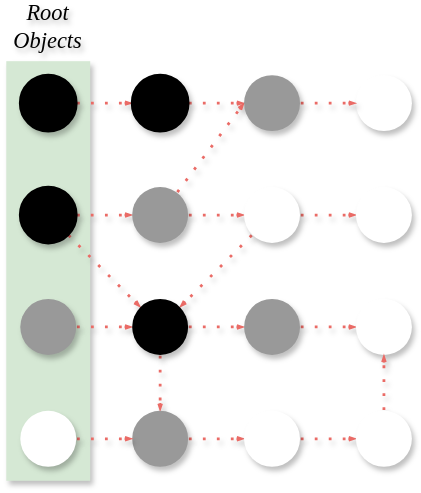
This is computer/assets/Tri-color marking algorithm.svg from Algo2147483647/engineering, a draw.io export, as it was before one commit. Source tidied: cells renumbered, new cells last; positions are measured from the earlier drawing's top-left corner, leaving out a move shared by most shapes.
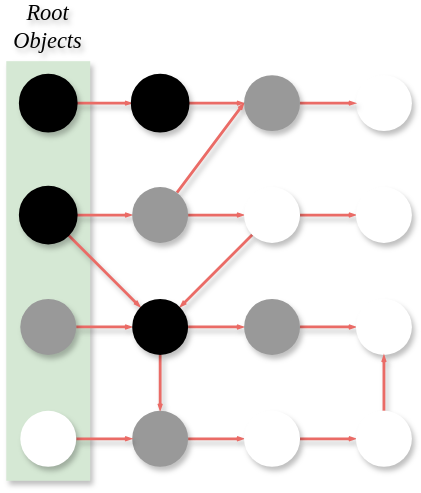
The same file after the commit.

The edit, as a diff of the source:
```diff
@@ -5,19 +5,19 @@
     <mxCell id="2" style="rounded=0;whiteSpace=wrap;html=1;fillColor=#d5e8d4;strokeColor=none;strokeWidth=3;shadow=1;glass=0;" parent="1" vertex="1">
       <mxGeometry y="40" width="60" height="300" as="geometry" />
     </mxCell>
-    <mxCell id="3" style="edgeStyle=orthogonalEdgeStyle;shape=connector;curved=0;rounded=1;jettySize=auto;html=1;strokeColor=#EA6B66;strokeWidth=2;align=center;verticalAlign=middle;fontFamily=Helvetica;fontSize=11;fontColor=default;labelBackgroundColor=default;endArrow=openThin;endFill=0;fillColor=#f8cecc;endSize=1;shadow=1;flowAnimation=1;dashed=1;dashPattern=1 4;" parent="1" edge="1" source="4" target="24">
+    <mxCell id="3" style="edgeStyle=orthogonalEdgeStyle;shape=connector;curved=0;rounded=1;jettySize=auto;html=1;strokeColor=#EA6B66;strokeWidth=2;align=center;verticalAlign=middle;fontFamily=Helvetica;fontSize=11;fontColor=default;labelBackgroundColor=default;endArrow=openThin;endFill=0;fillColor=#f8cecc;endSize=1;shadow=1;flowAnimation=0;" parent="1" edge="1" source="4" target="24">
       <mxGeometry relative="1" as="geometry" />
     </mxCell>
     <mxCell id="4" style="ellipse;whiteSpace=wrap;html=1;strokeWidth=0;strokeColor=none;fillColor=#999999;fontColor=#333333;shadow=1;gradientColor=none;" parent="1" vertex="1">
       <mxGeometry x="10" y="210" width="40" height="40" as="geometry" />
     </mxCell>
-    <mxCell id="5" style="edgeStyle=orthogonalEdgeStyle;rounded=1;jettySize=auto;html=1;curved=0;endArrow=openThin;endFill=0;strokeWidth=2;fillColor=#f8cecc;strokeColor=#EA6B66;endSize=1;shadow=1;flowAnimation=1;dashed=1;dashPattern=1 4;" parent="1" edge="1" source="6" target="12">
+    <mxCell id="5" style="edgeStyle=orthogonalEdgeStyle;rounded=1;jettySize=auto;html=1;curved=0;endArrow=openThin;endFill=0;strokeWidth=2;fillColor=#f8cecc;strokeColor=#EA6B66;endSize=1;shadow=1;flowAnimation=0;" parent="1" edge="1" source="6" target="12">
       <mxGeometry relative="1" as="geometry" />
     </mxCell>
     <mxCell id="6" style="ellipse;whiteSpace=wrap;html=1;strokeWidth=2;fillColor=#000000;shadow=1;" parent="1" vertex="1">
       <mxGeometry x="10" y="50" width="40" height="40" as="geometry" />
     </mxCell>
-    <mxCell id="7" style="edgeStyle=orthogonalEdgeStyle;shape=connector;curved=0;rounded=1;jettySize=auto;html=1;strokeColor=#EA6B66;strokeWidth=2;align=center;verticalAlign=middle;fontFamily=Helvetica;fontSize=11;fontColor=default;labelBackgroundColor=default;endArrow=openThin;endFill=0;fillColor=#f8cecc;endSize=1;shadow=1;flowAnimation=1;dashed=1;dashPattern=1 4;" parent="1" edge="1" source="9" target="15">
+    <mxCell id="7" style="edgeStyle=orthogonalEdgeStyle;shape=connector;curved=0;rounded=1;jettySize=auto;html=1;strokeColor=#EA6B66;strokeWidth=2;align=center;verticalAlign=middle;fontFamily=Helvetica;fontSize=11;fontColor=default;labelBackgroundColor=default;endArrow=openThin;endFill=0;fillColor=#f8cecc;endSize=1;shadow=1;flowAnimation=0;" parent="1" edge="1" source="9" target="15">
       <mxGeometry relative="1" as="geometry">
         <Array as="points">
           <mxPoint x="60" y="150" />
@@ -25,7 +25,7 @@
         </Array>
       </mxGeometry>
     </mxCell>
-    <mxCell id="8" style="shape=connector;rounded=1;jettySize=auto;html=1;strokeColor=#EA6B66;strokeWidth=2;align=center;verticalAlign=middle;fontFamily=Helvetica;fontSize=11;fontColor=default;labelBackgroundColor=default;endArrow=openThin;endFill=0;fillColor=#f8cecc;endSize=1;shadow=1;flowAnimation=1;dashed=1;dashPattern=1 4;" parent="1" edge="1" source="9" target="24">
+    <mxCell id="8" style="shape=connector;rounded=1;jettySize=auto;html=1;strokeColor=#EA6B66;strokeWidth=2;align=center;verticalAlign=middle;fontFamily=Helvetica;fontSize=11;fontColor=default;labelBackgroundColor=default;endArrow=openThin;endFill=0;fillColor=#f8cecc;endSize=1;shadow=1;flowAnimation=0;" parent="1" edge="1" source="9" target="24">
       <mxGeometry relative="1" as="geometry" />
     </mxCell>
     <mxCell id="9" style="ellipse;whiteSpace=wrap;html=1;strokeWidth=2;fillColor=#000000;shadow=1;" parent="1" vertex="1">
@@ -34,16 +34,16 @@
     <mxCell id="10" value="Root Objects" style="text;html=1;align=center;verticalAlign=middle;whiteSpace=wrap;rounded=0;fontFamily=Times New Roman;fontStyle=2;fontSize=16;shadow=0;textShadow=1;" parent="1" vertex="1">
       <mxGeometry width="60" height="30" as="geometry" />
     </mxCell>
-    <mxCell id="11" style="edgeStyle=orthogonalEdgeStyle;shape=connector;curved=0;rounded=1;jettySize=auto;html=1;strokeColor=#EA6B66;strokeWidth=2;align=center;verticalAlign=middle;fontFamily=Helvetica;fontSize=11;fontColor=default;labelBackgroundColor=default;endArrow=openThin;endFill=0;fillColor=#f8cecc;endSize=1;shadow=1;flowAnimation=1;dashed=1;dashPattern=1 4;" parent="1" edge="1" source="12" target="18">
+    <mxCell id="11" style="edgeStyle=orthogonalEdgeStyle;shape=connector;curved=0;rounded=1;jettySize=auto;html=1;strokeColor=#EA6B66;strokeWidth=2;align=center;verticalAlign=middle;fontFamily=Helvetica;fontSize=11;fontColor=default;labelBackgroundColor=default;endArrow=openThin;endFill=0;fillColor=#f8cecc;endSize=1;shadow=1;flowAnimation=0;" parent="1" edge="1" source="12" target="18">
       <mxGeometry relative="1" as="geometry" />
     </mxCell>
     <mxCell id="12" style="ellipse;whiteSpace=wrap;html=1;strokeWidth=2;fillColor=#000000;shadow=1;" parent="1" vertex="1">
       <mxGeometry x="90" y="50" width="40" height="40" as="geometry" />
     </mxCell>
-    <mxCell id="13" style="edgeStyle=orthogonalEdgeStyle;shape=connector;curved=0;rounded=1;jettySize=auto;html=1;strokeColor=#EA6B66;strokeWidth=2;align=center;verticalAlign=middle;fontFamily=Helvetica;fontSize=11;fontColor=default;labelBackgroundColor=default;endArrow=openThin;endFill=0;fillColor=#f8cecc;endSize=1;shadow=1;flowAnimation=1;dashed=1;dashPattern=1 4;" parent="1" edge="1" source="15" target="21">
+    <mxCell id="13" style="edgeStyle=orthogonalEdgeStyle;shape=connector;curved=0;rounded=1;jettySize=auto;html=1;strokeColor=#EA6B66;strokeWidth=2;align=center;verticalAlign=middle;fontFamily=Helvetica;fontSize=11;fontColor=default;labelBackgroundColor=default;endArrow=openThin;endFill=0;fillColor=#f8cecc;endSize=1;shadow=1;flowAnimation=0;" parent="1" edge="1" source="15" target="21">
       <mxGeometry relative="1" as="geometry" />
     </mxCell>
-    <mxCell id="14" style="shape=connector;rounded=1;jettySize=auto;html=1;strokeColor=#EA6B66;strokeWidth=2;align=center;verticalAlign=middle;fontFamily=Helvetica;fontSize=11;fontColor=default;labelBackgroundColor=default;endArrow=openThin;endFill=0;fillColor=#f8cecc;endSize=1;shadow=1;flowAnimation=1;dashed=1;dashPattern=1 4;" parent="1" edge="1" source="15">
+    <mxCell id="14" style="shape=connector;rounded=1;jettySize=auto;html=1;strokeColor=#EA6B66;strokeWidth=2;align=center;verticalAlign=middle;fontFamily=Helvetica;fontSize=11;fontColor=default;labelBackgroundColor=default;endArrow=openThin;endFill=0;fillColor=#f8cecc;endSize=1;shadow=1;flowAnimation=0;" parent="1" edge="1" source="15">
       <mxGeometry relative="1" as="geometry">
         <mxPoint x="170" y="70" as="targetPoint" />
       </mxGeometry>
@@ -54,31 +54,31 @@
     <mxCell id="16" style="ellipse;whiteSpace=wrap;html=1;strokeWidth=0;strokeColor=none;shadow=1;" parent="1" vertex="1">
       <mxGeometry x="250" y="50" width="40" height="40" as="geometry" />
     </mxCell>
-    <mxCell id="17" style="edgeStyle=orthogonalEdgeStyle;shape=connector;curved=0;rounded=1;jettySize=auto;html=1;strokeColor=#EA6B66;strokeWidth=2;align=center;verticalAlign=middle;fontFamily=Helvetica;fontSize=11;fontColor=default;labelBackgroundColor=default;endArrow=openThin;endFill=0;fillColor=#f8cecc;endSize=1;shadow=1;flowAnimation=1;dashed=1;dashPattern=1 4;startSize=6;" parent="1" edge="1" source="18" target="16">
+    <mxCell id="17" style="edgeStyle=orthogonalEdgeStyle;shape=connector;curved=0;rounded=1;jettySize=auto;html=1;strokeColor=#EA6B66;strokeWidth=2;align=center;verticalAlign=middle;fontFamily=Helvetica;fontSize=11;fontColor=default;labelBackgroundColor=default;endArrow=openThin;endFill=0;fillColor=#f8cecc;endSize=1;shadow=1;flowAnimation=0;startSize=6;" parent="1" edge="1" source="18" target="16">
       <mxGeometry relative="1" as="geometry" />
     </mxCell>
     <mxCell id="18" style="ellipse;whiteSpace=wrap;html=1;strokeWidth=0;strokeColor=none;fillColor=#999999;fontColor=#333333;shadow=1;gradientColor=none;" parent="1" vertex="1">
       <mxGeometry x="170" y="50" width="40" height="40" as="geometry" />
     </mxCell>
-    <mxCell id="19" style="shape=connector;rounded=1;jettySize=auto;html=1;strokeColor=#EA6B66;strokeWidth=2;align=center;verticalAlign=middle;fontFamily=Helvetica;fontSize=11;fontColor=default;labelBackgroundColor=default;endArrow=openThin;endFill=0;endSize=1;fillColor=#f8cecc;shadow=1;flowAnimation=1;dashed=1;dashPattern=1 4;" parent="1" edge="1" source="21" target="24">
+    <mxCell id="19" style="shape=connector;rounded=1;jettySize=auto;html=1;strokeColor=#EA6B66;strokeWidth=2;align=center;verticalAlign=middle;fontFamily=Helvetica;fontSize=11;fontColor=default;labelBackgroundColor=default;endArrow=openThin;endFill=0;endSize=1;fillColor=#f8cecc;shadow=1;flowAnimation=0;" parent="1" edge="1" source="21" target="24">
       <mxGeometry relative="1" as="geometry" />
     </mxCell>
-    <mxCell id="20" style="edgeStyle=orthogonalEdgeStyle;shape=connector;curved=0;rounded=1;jettySize=auto;html=1;strokeColor=#EA6B66;strokeWidth=2;align=center;verticalAlign=middle;fontFamily=Helvetica;fontSize=11;fontColor=default;labelBackgroundColor=default;endArrow=openThin;endFill=0;endSize=1;fillColor=#f8cecc;shadow=1;flowAnimation=1;dashed=1;dashPattern=1 4;startSize=6;" parent="1" edge="1" source="21" target="36">
+    <mxCell id="20" style="edgeStyle=orthogonalEdgeStyle;shape=connector;curved=0;rounded=1;jettySize=auto;html=1;strokeColor=#EA6B66;strokeWidth=2;align=center;verticalAlign=middle;fontFamily=Helvetica;fontSize=11;fontColor=default;labelBackgroundColor=default;endArrow=openThin;endFill=0;endSize=1;fillColor=#f8cecc;shadow=1;flowAnimation=0;startSize=6;" parent="1" edge="1" source="21" target="36">
       <mxGeometry relative="1" as="geometry" />
     </mxCell>
     <mxCell id="21" style="ellipse;whiteSpace=wrap;html=1;strokeWidth=0;strokeColor=none;shadow=1;" parent="1" vertex="1">
       <mxGeometry x="170" y="130" width="40" height="40" as="geometry" />
     </mxCell>
-    <mxCell id="22" style="edgeStyle=orthogonalEdgeStyle;shape=connector;curved=0;rounded=1;jettySize=auto;html=1;strokeColor=#EA6B66;strokeWidth=2;align=center;verticalAlign=middle;fontFamily=Helvetica;fontSize=11;fontColor=default;labelBackgroundColor=default;endArrow=openThin;endFill=0;fillColor=#f8cecc;endSize=1;shadow=1;flowAnimation=1;dashed=1;dashPattern=1 4;" parent="1" edge="1" source="24" target="26">
+    <mxCell id="22" style="edgeStyle=orthogonalEdgeStyle;shape=connector;curved=0;rounded=1;jettySize=auto;html=1;strokeColor=#EA6B66;strokeWidth=2;align=center;verticalAlign=middle;fontFamily=Helvetica;fontSize=11;fontColor=default;labelBackgroundColor=default;endArrow=openThin;endFill=0;fillColor=#f8cecc;endSize=1;shadow=1;flowAnimation=0;" parent="1" edge="1" source="24" target="26">
       <mxGeometry relative="1" as="geometry" />
     </mxCell>
-    <mxCell id="23" style="edgeStyle=orthogonalEdgeStyle;shape=connector;curved=0;rounded=1;jettySize=auto;html=1;strokeColor=#EA6B66;strokeWidth=2;align=center;verticalAlign=middle;fontFamily=Helvetica;fontSize=11;fontColor=default;labelBackgroundColor=default;endArrow=openThin;endFill=0;endSize=1;fillColor=#f8cecc;shadow=1;flowAnimation=1;dashed=1;dashPattern=1 4;" parent="1" edge="1" source="24" target="29">
+    <mxCell id="23" style="edgeStyle=orthogonalEdgeStyle;shape=connector;curved=0;rounded=1;jettySize=auto;html=1;strokeColor=#EA6B66;strokeWidth=2;align=center;verticalAlign=middle;fontFamily=Helvetica;fontSize=11;fontColor=default;labelBackgroundColor=default;endArrow=openThin;endFill=0;endSize=1;fillColor=#f8cecc;shadow=1;flowAnimation=0;" parent="1" edge="1" source="24" target="29">
       <mxGeometry relative="1" as="geometry" />
     </mxCell>
     <mxCell id="24" style="ellipse;whiteSpace=wrap;html=1;strokeWidth=0;strokeColor=none;fillColor=#000000;shadow=1;" parent="1" vertex="1">
       <mxGeometry x="90" y="210" width="40" height="40" as="geometry" />
     </mxCell>
-    <mxCell id="25" style="edgeStyle=orthogonalEdgeStyle;shape=connector;curved=0;rounded=1;jettySize=auto;html=1;strokeColor=#EA6B66;strokeWidth=2;align=center;verticalAlign=middle;fontFamily=Helvetica;fontSize=11;fontColor=default;labelBackgroundColor=default;endArrow=openThin;endFill=0;fillColor=#f8cecc;endSize=1;shadow=1;flowAnimation=1;dashed=1;dashPattern=1 4;startSize=6;" parent="1" edge="1" source="26" target="27">
+    <mxCell id="25" style="edgeStyle=orthogonalEdgeStyle;shape=connector;curved=0;rounded=1;jettySize=auto;html=1;strokeColor=#EA6B66;strokeWidth=2;align=center;verticalAlign=middle;fontFamily=Helvetica;fontSize=11;fontColor=default;labelBackgroundColor=default;endArrow=openThin;endFill=0;fillColor=#f8cecc;endSize=1;shadow=1;flowAnimation=0;startSize=6;" parent="1" edge="1" source="26" target="27">
       <mxGeometry relative="1" as="geometry" />
     </mxCell>
     <mxCell id="26" style="ellipse;whiteSpace=wrap;html=1;strokeWidth=0;strokeColor=none;fillColor=#999999;shadow=1;" parent="1" vertex="1">
@@ -87,25 +87,25 @@
     <mxCell id="27" style="ellipse;whiteSpace=wrap;html=1;strokeWidth=0;strokeColor=none;shadow=1;" parent="1" vertex="1">
       <mxGeometry x="250" y="210" width="40" height="40" as="geometry" />
     </mxCell>
-    <mxCell id="28" style="edgeStyle=orthogonalEdgeStyle;shape=connector;curved=0;rounded=1;jettySize=auto;html=1;strokeColor=#EA6B66;strokeWidth=2;align=center;verticalAlign=middle;fontFamily=Helvetica;fontSize=11;fontColor=default;labelBackgroundColor=default;endArrow=openThin;endFill=0;fillColor=#f8cecc;endSize=1;shadow=1;flowAnimation=1;dashed=1;dashPattern=1 4;" parent="1" edge="1" source="29" target="31">
+    <mxCell id="28" style="edgeStyle=orthogonalEdgeStyle;shape=connector;curved=0;rounded=1;jettySize=auto;html=1;strokeColor=#EA6B66;strokeWidth=2;align=center;verticalAlign=middle;fontFamily=Helvetica;fontSize=11;fontColor=default;labelBackgroundColor=default;endArrow=openThin;endFill=0;fillColor=#f8cecc;endSize=1;shadow=1;flowAnimation=0;" parent="1" edge="1" source="29" target="31">
       <mxGeometry relative="1" as="geometry" />
     </mxCell>
     <mxCell id="29" style="ellipse;whiteSpace=wrap;html=1;strokeWidth=0;strokeColor=none;fillColor=#999999;shadow=1;" parent="1" vertex="1">
       <mxGeometry x="90" y="290" width="40" height="40" as="geometry" />
     </mxCell>
-    <mxCell id="30" style="edgeStyle=orthogonalEdgeStyle;shape=connector;curved=0;rounded=1;jettySize=auto;html=1;strokeColor=#EA6B66;strokeWidth=2;align=center;verticalAlign=middle;fontFamily=Helvetica;fontSize=11;fontColor=default;labelBackgroundColor=default;endArrow=openThin;endFill=0;fillColor=#f8cecc;endSize=1;shadow=1;flowAnimation=1;dashed=1;dashPattern=1 4;startSize=6;" parent="1" edge="1" source="31" target="33">
+    <mxCell id="30" style="edgeStyle=orthogonalEdgeStyle;shape=connector;curved=0;rounded=1;jettySize=auto;html=1;strokeColor=#EA6B66;strokeWidth=2;align=center;verticalAlign=middle;fontFamily=Helvetica;fontSize=11;fontColor=default;labelBackgroundColor=default;endArrow=openThin;endFill=0;fillColor=#f8cecc;endSize=1;shadow=1;flowAnimation=0;startSize=6;" parent="1" edge="1" source="31" target="33">
       <mxGeometry relative="1" as="geometry" />
     </mxCell>
     <mxCell id="31" style="ellipse;whiteSpace=wrap;html=1;strokeWidth=0;strokeColor=none;shadow=1;" parent="1" vertex="1">
       <mxGeometry x="170" y="290" width="40" height="40" as="geometry" />
     </mxCell>
-    <mxCell id="32" style="edgeStyle=orthogonalEdgeStyle;shape=connector;curved=0;rounded=1;jettySize=auto;html=1;strokeColor=#EA6B66;strokeWidth=2;align=center;verticalAlign=middle;fontFamily=Helvetica;fontSize=11;fontColor=default;labelBackgroundColor=default;endArrow=openThin;endFill=0;fillColor=#f8cecc;endSize=1;shadow=1;flowAnimation=1;dashed=1;dashPattern=1 4;startSize=6;" parent="1" edge="1" source="33" target="27">
+    <mxCell id="32" style="edgeStyle=orthogonalEdgeStyle;shape=connector;curved=0;rounded=1;jettySize=auto;html=1;strokeColor=#EA6B66;strokeWidth=2;align=center;verticalAlign=middle;fontFamily=Helvetica;fontSize=11;fontColor=default;labelBackgroundColor=default;endArrow=openThin;endFill=0;fillColor=#f8cecc;endSize=1;shadow=1;flowAnimation=0;startSize=6;" parent="1" edge="1" source="33" target="27">
       <mxGeometry relative="1" as="geometry" />
     </mxCell>
     <mxCell id="33" style="ellipse;whiteSpace=wrap;html=1;strokeWidth=0;strokeColor=none;shadow=1;" parent="1" vertex="1">
       <mxGeometry x="250" y="290" width="40" height="40" as="geometry" />
     </mxCell>
-    <mxCell id="34" style="edgeStyle=orthogonalEdgeStyle;shape=connector;curved=0;rounded=1;jettySize=auto;html=1;strokeColor=#EA6B66;strokeWidth=2;align=center;verticalAlign=middle;fontFamily=Helvetica;fontSize=11;fontColor=default;labelBackgroundColor=default;endArrow=openThin;endFill=0;fillColor=#f8cecc;endSize=1;shadow=1;flowAnimation=1;dashed=1;dashPattern=1 4;" parent="1" edge="1" source="35" target="29">
+    <mxCell id="34" style="edgeStyle=orthogonalEdgeStyle;shape=connector;curved=0;rounded=1;jettySize=auto;html=1;strokeColor=#EA6B66;strokeWidth=2;align=center;verticalAlign=middle;fontFamily=Helvetica;fontSize=11;fontColor=default;labelBackgroundColor=default;endArrow=openThin;endFill=0;fillColor=#f8cecc;endSize=1;shadow=1;flowAnimation=0;" parent="1" edge="1" source="35" target="29">
       <mxGeometry relative="1" as="geometry" />
     </mxCell>
     <mxCell id="35" style="ellipse;whiteSpace=wrap;html=1;strokeWidth=0;strokeColor=none;shadow=1;" parent="1" vertex="1">
```
